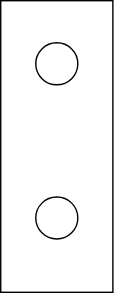
Earlier version of the draw.io export content/models/e-tron/drivetrain/battery/95kwhconnection.drawio.svg (electrichasgoneaudi/electrichasgoneaudi.github.io). Source tidied: cells renumbered, new cells last; positions are measured from the earlier drawing's top-left corner, leaving out a move shared by most shapes. Its diagram source:
```xml
<mxGraphModel>
  <root>
    <mxCell id="0" />
    <mxCell id="1" parent="0" />
    <mxCell id="2" style="rounded=0;whiteSpace=wrap;html=1;" parent="1" vertex="1">
      <mxGeometry width="80" height="208" as="geometry" />
    </mxCell>
    <mxCell id="3" style="ellipse;whiteSpace=wrap;html=1;" parent="1" vertex="1">
      <mxGeometry x="25" y="30" width="30" height="30" as="geometry" />
    </mxCell>
    <mxCell id="4" style="ellipse;whiteSpace=wrap;html=1;" parent="1" vertex="1">
      <mxGeometry x="25" y="140" width="30" height="30" as="geometry" />
    </mxCell>
  </root>
</mxGraphModel>
```
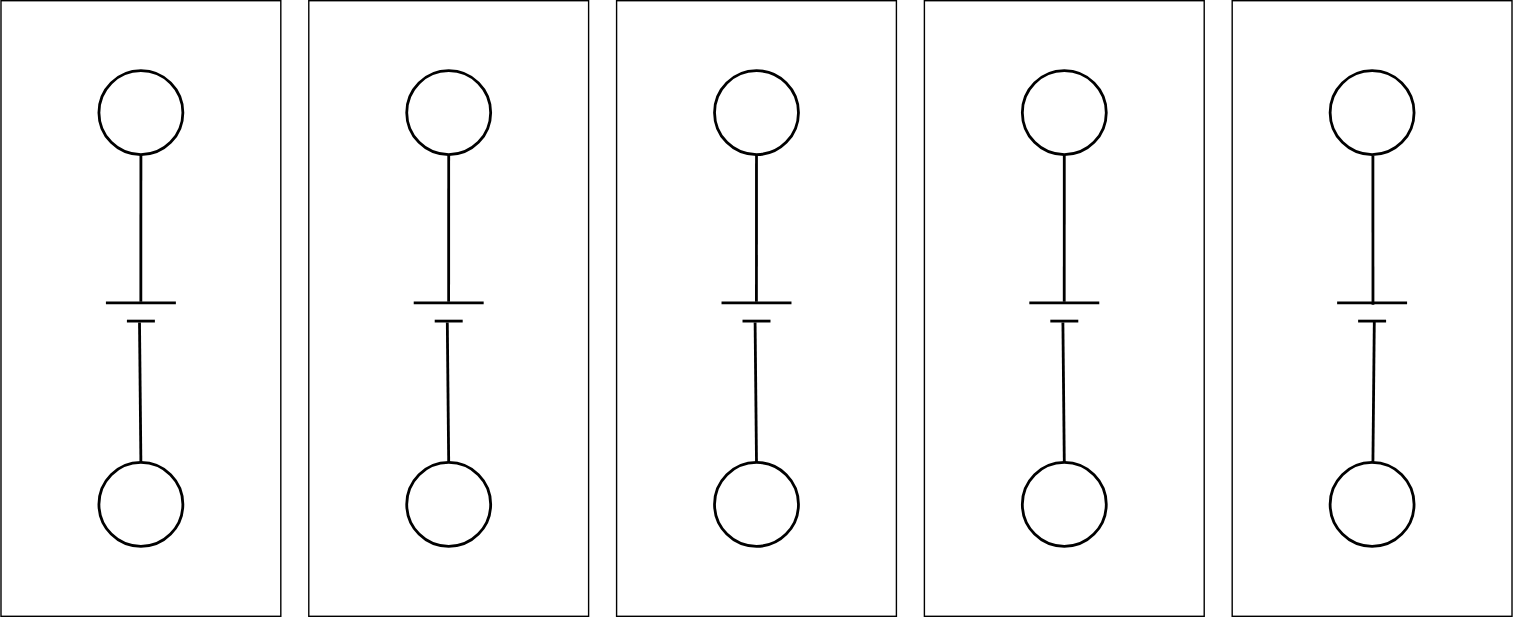
Above is the later version.

Diff of the diagram source:
```diff
@@ -3,13 +3,112 @@
     <mxCell id="0" />
     <mxCell id="1" parent="0" />
     <mxCell id="2" style="rounded=0;whiteSpace=wrap;html=1;" parent="1" vertex="1">
-      <mxGeometry width="80" height="208" as="geometry" />
+      <mxGeometry width="200" height="440" as="geometry" />
     </mxCell>
-    <mxCell id="3" style="ellipse;whiteSpace=wrap;html=1;" parent="1" vertex="1">
-      <mxGeometry x="25" y="30" width="30" height="30" as="geometry" />
+    <mxCell id="3" style="ellipse;whiteSpace=wrap;html=1;strokeWidth=2;" parent="1" vertex="1">
+      <mxGeometry x="70" y="50" width="60" height="60" as="geometry" />
     </mxCell>
-    <mxCell id="4" style="ellipse;whiteSpace=wrap;html=1;" parent="1" vertex="1">
-      <mxGeometry x="25" y="140" width="30" height="30" as="geometry" />
+    <mxCell id="4" style="ellipse;whiteSpace=wrap;html=1;strokeWidth=2;" parent="1" vertex="1">
+      <mxGeometry x="70" y="330" width="60" height="60" as="geometry" />
     </mxCell>
+    <mxCell id="5" style="line;strokeWidth=2;html=1;" parent="1" vertex="1">
+      <mxGeometry x="75" y="211" width="50" height="10" as="geometry" />
+    </mxCell>
+    <mxCell id="6" style="line;strokeWidth=2;html=1;" parent="1" vertex="1">
+      <mxGeometry x="90" y="224" width="20" height="10" as="geometry" />
+    </mxCell>
+    <mxCell id="7" style="endArrow=none;html=1;exitX=0.5;exitY=1;exitDx=0;exitDy=0;entryX=0.499;entryY=0.419;entryDx=0;entryDy=0;entryPerimeter=0;strokeWidth=2;" parent="1" edge="1" source="3" target="5">
+      <mxGeometry relative="1" as="geometry" />
+    </mxCell>
+    <mxCell id="8" style="endArrow=none;html=1;exitX=0.5;exitY=0;exitDx=0;exitDy=0;entryX=0.45;entryY=0.6;entryDx=0;entryDy=0;entryPerimeter=0;strokeWidth=2;" parent="1" edge="1" source="4" target="6">
+      <mxGeometry relative="1" as="geometry" />
+    </mxCell>
+    <mxCell id="9" style="rounded=0;whiteSpace=wrap;html=1;" parent="1" vertex="1">
+      <mxGeometry x="220" width="200" height="440" as="geometry" />
+    </mxCell>
+    <mxCell id="10" style="ellipse;whiteSpace=wrap;html=1;strokeWidth=2;" parent="1" vertex="1">
+      <mxGeometry x="290" y="50" width="60" height="60" as="geometry" />
+    </mxCell>
+    <mxCell id="11" style="ellipse;whiteSpace=wrap;html=1;strokeWidth=2;" parent="1" vertex="1">
+      <mxGeometry x="290" y="330" width="60" height="60" as="geometry" />
+    </mxCell>
+    <mxCell id="12" style="line;strokeWidth=2;html=1;" parent="1" vertex="1">
+      <mxGeometry x="295" y="211" width="50" height="10" as="geometry" />
+    </mxCell>
+    <mxCell id="13" style="line;strokeWidth=2;html=1;" parent="1" vertex="1">
+      <mxGeometry x="310" y="224" width="20" height="10" as="geometry" />
+    </mxCell>
+    <mxCell id="14" style="endArrow=none;html=1;exitX=0.5;exitY=1;exitDx=0;exitDy=0;entryX=0.499;entryY=0.419;entryDx=0;entryDy=0;entryPerimeter=0;strokeWidth=2;" parent="1" edge="1" source="10" target="12">
+      <mxGeometry relative="1" as="geometry" />
+    </mxCell>
+    <mxCell id="15" style="endArrow=none;html=1;exitX=0.5;exitY=0;exitDx=0;exitDy=0;entryX=0.45;entryY=0.6;entryDx=0;entryDy=0;entryPerimeter=0;strokeWidth=2;" parent="1" edge="1" source="11" target="13">
+      <mxGeometry relative="1" as="geometry" />
+    </mxCell>
+    <mxCell id="16" style="rounded=0;whiteSpace=wrap;html=1;" parent="1" vertex="1">
+      <mxGeometry x="440" width="200" height="440" as="geometry" />
+    </mxCell>
+    <mxCell id="17" style="ellipse;whiteSpace=wrap;html=1;strokeWidth=2;" parent="1" vertex="1">
+      <mxGeometry x="510" y="50" width="60" height="60" as="geometry" />
+    </mxCell>
+    <mxCell id="18" style="ellipse;whiteSpace=wrap;html=1;strokeWidth=2;" parent="1" vertex="1">
+      <mxGeometry x="510" y="330" width="60" height="60" as="geometry" />
+    </mxCell>
+    <mxCell id="19" style="line;strokeWidth=2;html=1;" parent="1" vertex="1">
+      <mxGeometry x="515" y="211" width="50" height="10" as="geometry" />
+    </mxCell>
+    <mxCell id="20" style="line;strokeWidth=2;html=1;" parent="1" vertex="1">
+      <mxGeometry x="530" y="224" width="20" height="10" as="geometry" />
+    </mxCell>
+    <mxCell id="21" style="endArrow=none;html=1;exitX=0.5;exitY=1;exitDx=0;exitDy=0;entryX=0.499;entryY=0.419;entryDx=0;entryDy=0;entryPerimeter=0;strokeWidth=2;" parent="1" edge="1" source="17" target="19">
+      <mxGeometry relative="1" as="geometry" />
+    </mxCell>
+    <mxCell id="22" style="endArrow=none;html=1;exitX=0.5;exitY=0;exitDx=0;exitDy=0;entryX=0.45;entryY=0.6;entryDx=0;entryDy=0;entryPerimeter=0;strokeWidth=2;" parent="1" edge="1" source="18" target="20">
+      <mxGeometry relative="1" as="geometry" />
+    </mxCell>
+    <mxCell id="23" style="rounded=0;whiteSpace=wrap;html=1;" parent="1" vertex="1">
+      <mxGeometry x="660" width="200" height="440" as="geometry" />
+    </mxCell>
+    <mxCell id="24" style="ellipse;whiteSpace=wrap;html=1;strokeWidth=2;" parent="1" vertex="1">
+      <mxGeometry x="730" y="50" width="60" height="60" as="geometry" />
+    </mxCell>
+    <mxCell id="25" style="ellipse;whiteSpace=wrap;html=1;strokeWidth=2;" parent="1" vertex="1">
+      <mxGeometry x="730" y="330" width="60" height="60" as="geometry" />
+    </mxCell>
+    <mxCell id="26" style="line;strokeWidth=2;html=1;" parent="1" vertex="1">
+      <mxGeometry x="735" y="211" width="50" height="10" as="geometry" />
+    </mxCell>
+    <mxCell id="27" style="line;strokeWidth=2;html=1;" parent="1" vertex="1">
+      <mxGeometry x="750" y="224" width="20" height="10" as="geometry" />
+    </mxCell>
+    <mxCell id="28" style="endArrow=none;html=1;exitX=0.5;exitY=1;exitDx=0;exitDy=0;entryX=0.499;entryY=0.419;entryDx=0;entryDy=0;entryPerimeter=0;strokeWidth=2;" parent="1" edge="1" source="24" target="26">
+      <mxGeometry relative="1" as="geometry" />
+    </mxCell>
+    <mxCell id="29" style="endArrow=none;html=1;exitX=0.5;exitY=0;exitDx=0;exitDy=0;entryX=0.45;entryY=0.6;entryDx=0;entryDy=0;entryPerimeter=0;strokeWidth=2;" parent="1" edge="1" source="25" target="27">
+      <mxGeometry relative="1" as="geometry" />
+    </mxCell>
+    <mxCell id="30" style="group;flipV=1;flipH=1;" parent="1" vertex="1">
+      <mxGeometry x="880" width="200" height="440" as="geometry" />
+    </mxCell>
+    <mxCell id="31" style="rounded=0;whiteSpace=wrap;html=1;flipH=1;flipV=1;" parent="30" vertex="1">
+      <mxGeometry width="200" height="440" as="geometry" />
+    </mxCell>
+    <mxCell id="32" style="ellipse;whiteSpace=wrap;html=1;strokeWidth=2;flipH=1;flipV=1;" parent="30" vertex="1">
+      <mxGeometry x="70" y="50" width="60" height="60" as="geometry" />
+    </mxCell>
+    <mxCell id="33" style="ellipse;whiteSpace=wrap;html=1;strokeWidth=2;flipH=1;flipV=1;" parent="30" vertex="1">
+      <mxGeometry x="70" y="330" width="60" height="60" as="geometry" />
+    </mxCell>
+    <mxCell id="34" style="line;strokeWidth=2;html=1;flipH=1;flipV=1;" parent="30" vertex="1">
+      <mxGeometry x="75" y="211" width="50" height="10" as="geometry" />
+    </mxCell>
+    <mxCell id="35" style="line;strokeWidth=2;html=1;flipH=1;flipV=1;" parent="30" vertex="1">
+      <mxGeometry x="90" y="224" width="20" height="10" as="geometry" />
+    </mxCell>
+    <mxCell id="36" style="endArrow=none;html=1;exitX=0.5;exitY=1;exitDx=0;exitDy=0;entryX=0.499;entryY=0.419;entryDx=0;entryDy=0;entryPerimeter=0;strokeWidth=2;flipH=1;flipV=1;" parent="30" edge="1" source="32" target="34">
+      <mxGeometry relative="1" as="geometry" />
+    </mxCell>
+    <mxCell id="37" style="endArrow=none;html=1;exitX=0.5;exitY=0;exitDx=0;exitDy=0;entryX=0.45;entryY=0.6;entryDx=0;entryDy=0;entryPerimeter=0;strokeWidth=2;flipH=1;flipV=1;" parent="30" edge="1" source="33" target="35">
+      <mxGeometry relative="1" as="geometry" />
+    </mxCell>
   </root>
 </mxGraphModel>
```
